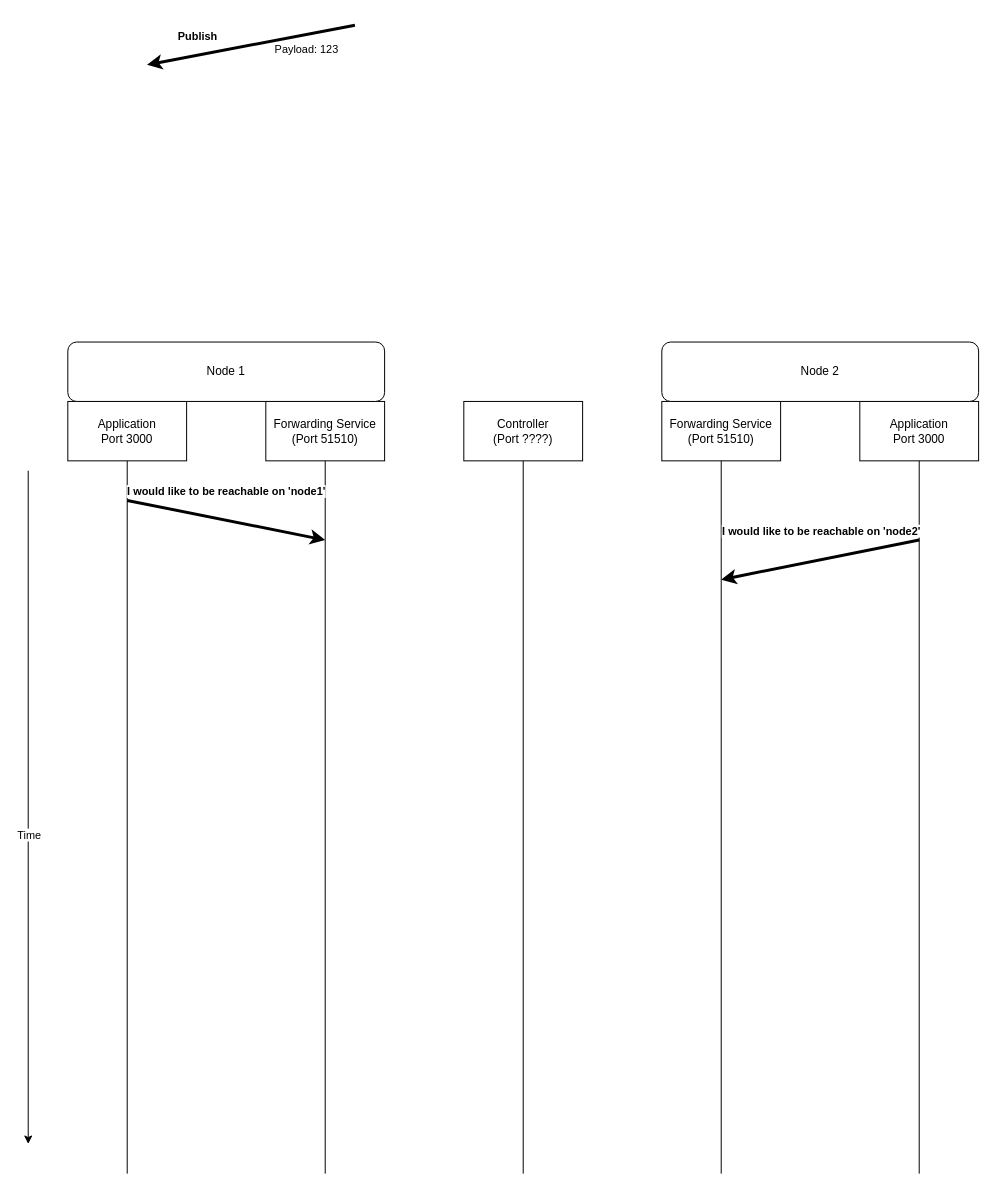
Above: Communication Diagram.drawio in cianmawhinney/CSU33031-Assignment-2 (draw.io), before the change. Source tidied: cells renumbered, new cells numbered last; positions are measured from the earlier drawing's top-left corner, leaving out a move shared by most shapes. Both pictures are drawn from the tidied source at 99%, with x=0, y=0 at pixel (28, 25).
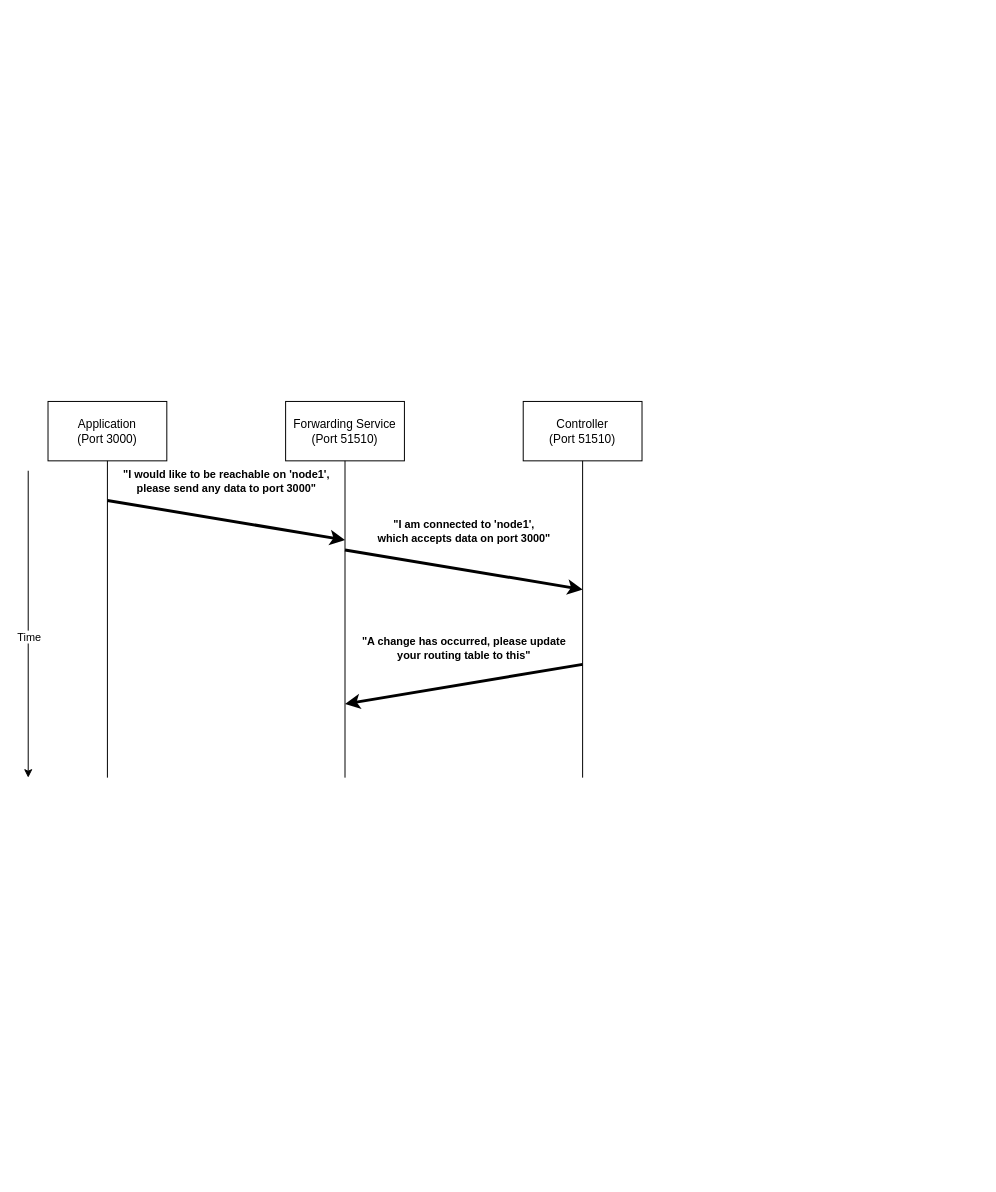
The same diagram, later.

Commit message:
Update communication diagram

What changed in the source:
```diff
@@
     <mxCell id="2" style="endArrow=classic;html=1;rounded=0;" parent="1" edge="1">
       <mxGeometry relative="1" as="geometry">
         <mxPoint y="450" as="sourcePoint" />
-        <mxPoint y="1130" as="targetPoint" />
+        <mxPoint y="760" as="targetPoint" />
       </mxGeometry>
     </mxCell>
@@
-    <mxCell id="4" value="Application&lt;br&gt;Port 3000" style="rounded=0;whiteSpace=wrap;html=1;" parent="1" vertex="1">
-      <mxGeometry x="40" y="380" width="120" height="60" as="geometry" />
+    <mxCell id="4" value="Application&lt;br&gt;(Port 3000)" style="rounded=0;whiteSpace=wrap;html=1;" parent="1" vertex="1">
+      <mxGeometry x="20" y="380" width="120" height="60" as="geometry" />
     </mxCell>
-    <mxCell id="5" style="endArrow=none;html=1;rounded=0;exitX=0.5;exitY=1;exitDx=0;exitDy=0;" parent="1" edge="1" source="4">
+    <mxCell id="5" style="endArrow=none;html=1;rounded=0;" parent="1" edge="1" source="4">
       <mxGeometry relative="1" as="geometry">
-        <mxPoint x="100" y="1160" as="targetPoint" />
+        <mxPoint x="80" y="760" as="targetPoint" />
       </mxGeometry>
     </mxCell>
     <mxCell id="6" value="Forwarding Service&lt;br&gt;(Port 51510)" style="rounded=0;whiteSpace=wrap;html=1;" parent="1" vertex="1">
-      <mxGeometry x="240" y="380" width="120" height="60" as="geometry" />
+      <mxGeometry x="260" y="380" width="120" height="60" as="geometry" />
     </mxCell>
     <mxCell id="7" style="endArrow=none;html=1;rounded=0;exitX=0.5;exitY=1;exitDx=0;exitDy=0;" parent="1" edge="1" source="6">
       <mxGeometry relative="1" as="geometry">
-        <mxPoint x="300" y="1160" as="targetPoint" />
+        <mxPoint x="320" y="760" as="targetPoint" />
       </mxGeometry>
     </mxCell>
-    <mxCell id="8" value="Controller&lt;br&gt;(Port ????)" style="rounded=0;whiteSpace=wrap;html=1;" parent="1" vertex="1">
-      <mxGeometry x="440" y="380" width="120" height="60" as="geometry" />
+    <mxCell id="8" value="Controller&lt;br&gt;(Port 51510)" style="rounded=0;whiteSpace=wrap;html=1;" parent="1" vertex="1">
+      <mxGeometry x="500" y="380" width="120" height="60" as="geometry" />
     </mxCell>
     <mxCell id="9" style="endArrow=none;html=1;rounded=0;exitX=0.5;exitY=1;exitDx=0;exitDy=0;" parent="1" edge="1" source="8">
       <mxGeometry relative="1" as="geometry">
-        <mxPoint x="500" y="1160" as="targetPoint" />
+        <mxPoint x="560" y="760" as="targetPoint" />
       </mxGeometry>
     </mxCell>
     <mxCell id="10" style="endArrow=none;html=1;rounded=0;strokeWidth=3;startArrow=classic;startFill=1;endFill=0;" parent="1" edge="1">
       <mxGeometry relative="1" as="geometry">
-        <mxPoint x="300" y="520" as="sourcePoint" />
-        <mxPoint x="100" y="480" as="targetPoint" />
+        <mxPoint x="320" y="520" as="sourcePoint" />
+        <mxPoint x="80" y="480" as="targetPoint" />
       </mxGeometry>
     </mxCell>
-    <mxCell id="11" value="I would like to be reachable on 'node1'" style="edgeLabel;html=1;align=center;verticalAlign=middle;fontStyle=1;" parent="10" vertex="1">
+    <mxCell id="11" value="&quot;I would like to be reachable on 'node1',&lt;br&gt;please send any data to port 3000&quot;" style="edgeLabel;html=1;align=center;verticalAlign=middle;fontStyle=1;" parent="10" vertex="1">
       <mxGeometry x="0.53" y="-2" relative="1" as="geometry">
-        <mxPoint x="52" y="-17" as="offset" />
+        <mxPoint x="63" y="-27" as="offset" />
       </mxGeometry>
     </mxCell>
-    <mxCell id="12" style="endArrow=none;html=1;rounded=0;strokeWidth=3;startArrow=classic;startFill=1;endFill=0;" parent="1" edge="1">
-      <mxGeometry relative="1" as="geometry">
-        <mxPoint x="120" y="40" as="sourcePoint" />
-        <mxPoint x="330" as="targetPoint" />
-      </mxGeometry>
-    </mxCell>
-    <mxCell id="13" value="Publish" style="edgeLabel;html=1;align=center;verticalAlign=middle;fontStyle=1;" parent="12" vertex="1">
-      <mxGeometry x="0.53" y="-2" relative="1" as="geometry">
-        <mxPoint x="-111" y="-1" as="offset" />
-      </mxGeometry>
-    </mxCell>
-    <mxCell id="14" value="Payload: 123" style="edgeLabel;html=1;align=center;verticalAlign=middle;" parent="12" vertex="1">
-      <mxGeometry x="-0.34" y="2" relative="1" as="geometry">
-        <mxPoint x="91" as="offset" />
-      </mxGeometry>
-    </mxCell>
-    <mxCell id="15" value="Application&lt;br&gt;Port 3000" style="rounded=0;whiteSpace=wrap;html=1;" parent="1" vertex="1">
-      <mxGeometry x="840" y="380" width="120" height="60" as="geometry" />
-    </mxCell>
-    <mxCell id="16" style="endArrow=none;html=1;rounded=0;exitX=0.5;exitY=1;exitDx=0;exitDy=0;" parent="1" edge="1" source="15">
-      <mxGeometry relative="1" as="geometry">
-        <mxPoint x="900" y="1160" as="targetPoint" />
-      </mxGeometry>
-    </mxCell>
-    <mxCell id="17" value="Forwarding Service&lt;br&gt;(Port 51510)" style="rounded=0;whiteSpace=wrap;html=1;" parent="1" vertex="1">
-      <mxGeometry x="640" y="380" width="120" height="60" as="geometry" />
-    </mxCell>
-    <mxCell id="18" style="endArrow=none;html=1;rounded=0;exitX=0.5;exitY=1;exitDx=0;exitDy=0;" parent="1" edge="1" source="17">
-      <mxGeometry relative="1" as="geometry">
-        <mxPoint x="700" y="1160" as="targetPoint" />
-      </mxGeometry>
-    </mxCell>
-    <mxCell id="19" value="Node 1" style="rounded=1;whiteSpace=wrap;html=1;" parent="1" vertex="1">
-      <mxGeometry x="40" y="320" width="320" height="60" as="geometry" />
-    </mxCell>
-    <mxCell id="20" value="Node 2" style="rounded=1;whiteSpace=wrap;html=1;" parent="1" vertex="1">
-      <mxGeometry x="640" y="320" width="320" height="60" as="geometry" />
-    </mxCell>
-    <mxCell id="21" style="endArrow=none;html=1;rounded=0;strokeWidth=3;startArrow=classic;startFill=1;endFill=0;" parent="1" edge="1">
-      <mxGeometry relative="1" as="geometry">
-        <mxPoint x="700" y="560" as="sourcePoint" />
-        <mxPoint x="900" y="520" as="targetPoint" />
-      </mxGeometry>
-    </mxCell>
-    <mxCell id="22" value="I would like to be reachable on 'node2'" style="edgeLabel;html=1;align=center;verticalAlign=middle;fontStyle=1;" parent="21" vertex="1">
-      <mxGeometry x="0.53" y="-2" relative="1" as="geometry">
-        <mxPoint x="-53" y="-21" as="offset" />
+    <mxCell id="22" style="endArrow=none;html=1;rounded=0;strokeWidth=3;startArrow=classic;startFill=1;endFill=0;" parent="1" edge="1">
+      <mxGeometry relative="1" as="geometry">
+        <mxPoint x="560" y="570" as="sourcePoint" />
+        <mxPoint x="320" y="530" as="targetPoint" />
       </mxGeometry>
     </mxCell>
+    <mxCell id="23" value="&quot;I am connected to 'node1',&lt;br&gt;which accepts data on port 3000&quot;" style="edgeLabel;html=1;align=center;verticalAlign=middle;fontStyle=1;" parent="22" vertex="1">
+      <mxGeometry x="0.53" y="-2" relative="1" as="geometry">
+        <mxPoint x="63" y="-27" as="offset" />
+      </mxGeometry>
+    </mxCell>
+    <mxCell id="24" style="endArrow=none;html=1;rounded=0;strokeWidth=3;startArrow=classic;startFill=1;endFill=0;" parent="1" edge="1">
+      <mxGeometry relative="1" as="geometry">
+        <mxPoint x="320" y="685.6" as="sourcePoint" />
+        <mxPoint x="560" y="645.6" as="targetPoint" />
+      </mxGeometry>
+    </mxCell>
+    <mxCell id="25" value="&quot;A change has occurred, please update&lt;br&gt;your routing table to this&quot;" style="edgeLabel;html=1;align=center;verticalAlign=middle;fontStyle=1;" parent="24" vertex="1">
+      <mxGeometry x="0.53" y="-2" relative="1" as="geometry">
+        <mxPoint x="-64" y="-27" as="offset" />
+      </mxGeometry>
+    </mxCell>
```
